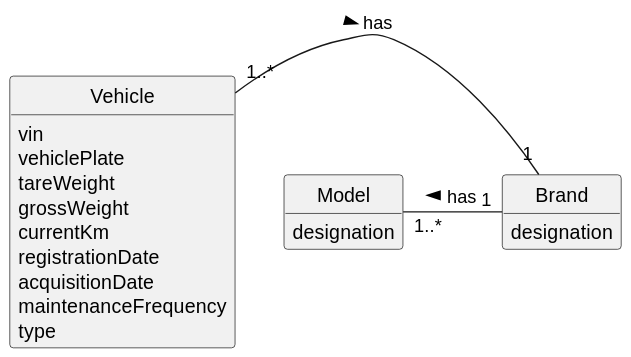
Before: docs/sprintC/us020/02.analysis/svg/us020-domain-model.svg, a diagram exported from PlantUML (ricardomm7/leaflink). The source it was exported from:
```plantuml
@startuml
skinparam monochrome true
skinparam packageStyle rectangle
skinparam shadowing false


skinparam classAttributeIconSize 0

hide circle
hide methods


class Vehicle {
vin
vehiclePlate
tareWeight
grossWeight
currentKm
registrationDate
acquisitionDate
maintenanceFrequency
type
}

class Brand {
    designation
}

class Model {
    designation
}

Vehicle "1..*" - "1" Brand : has >
Model "1..*" -"1" Brand: has <
@enduml
```
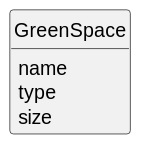
After the commit.

What changed in the source:
```diff
@@ -10,26 +10,9 @@
 hide methods
 
 
-class Vehicle {
-vin
-vehiclePlate
-tareWeight
-grossWeight
-currentKm
-registrationDate
-acquisitionDate
-maintenanceFrequency
+class GreenSpace {
+name
 type
+size
 }
-
-class Brand {
-    designation
-}
-
-class Model {
-    designation
-}
-
-Vehicle "1..*" - "1" Brand : has >
-Model "1..*" -"1" Brand: has <
 @enduml
```
